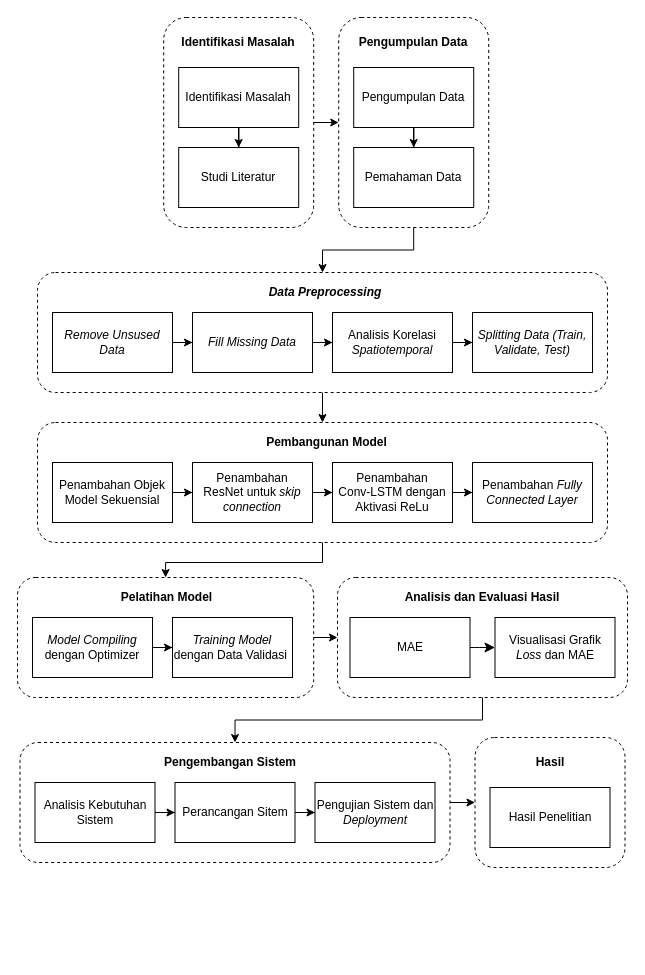
This is page "Page-1" (1 of 2) of tahapan penelitian.drawio from lullabymav/skrpsi, a draw.io file, before an edit. Source tidied: cells renumbered, new cells numbered last; positions are measured from the earlier drawing's top-left corner, leaving out a move shared by most shapes. Both pictures are drawn from the tidied source at 100%, with x=0, y=0 at pixel (17, 17).
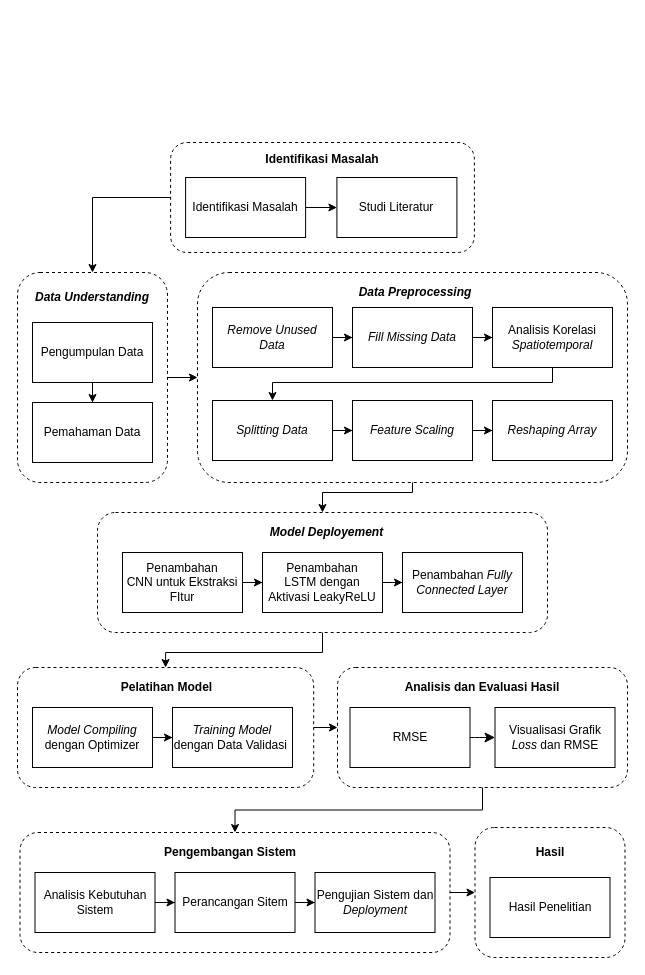
The same page after the edit.

What changed in the source:
```diff
@@
-    <mxCell id="2" style="edgeStyle=orthogonalEdgeStyle;rounded=0;jettySize=auto;html=1;entryX=0.5;entryY=0;entryDx=0;entryDy=0;" parent="1" edge="1" source="3" target="24">
-      <mxGeometry relative="1" as="geometry" />
+    <mxCell id="2" style="edgeStyle=orthogonalEdgeStyle;rounded=0;jettySize=auto;html=1;exitX=0.5;exitY=1;exitDx=0;exitDy=0;entryX=0.5;entryY=0;entryDx=0;entryDy=0;" parent="1" edge="1" source="3" target="24">
+      <mxGeometry relative="1" as="geometry">
+        <Array as="points">
+          <mxPoint x="395" y="475" />
+          <mxPoint x="305" y="475" />
+        </Array>
+      </mxGeometry>
     </mxCell>
     <mxCell id="3" style="rounded=1;whiteSpace=wrap;html=1;fillColor=none;dashed=1;" parent="1" vertex="1">
-      <mxGeometry x="20" y="255" width="570" height="120" as="geometry" />
+      <mxGeometry x="180" y="255" width="430" height="210" as="geometry" />
     </mxCell>
-    <mxCell id="4" style="edgeStyle=orthogonalEdgeStyle;rounded=0;jettySize=auto;html=1;entryX=0;entryY=0.5;entryDx=0;entryDy=0;" parent="1" edge="1" source="5" target="12">
+    <mxCell id="4" style="edgeStyle=orthogonalEdgeStyle;rounded=0;jettySize=auto;html=1;exitX=0;exitY=0.5;exitDx=0;exitDy=0;entryX=0.5;entryY=0;entryDx=0;entryDy=0;" parent="1" edge="1" source="5" target="12">
       <mxGeometry relative="1" as="geometry" />
     </mxCell>
     <mxCell id="5" style="rounded=1;whiteSpace=wrap;html=1;fillColor=none;dashed=1;" parent="1" vertex="1">
-      <mxGeometry x="146.2" width="150" height="210" as="geometry" />
+      <mxGeometry x="153.1" y="125" width="303.8" height="110" as="geometry" />
     </mxCell>
@@
     <mxCell id="7" value="Identifikasi Masalah" style="rounded=0;whiteSpace=wrap;html=1;" parent="1" vertex="1">
-      <mxGeometry x="161.2" y="50" width="120" height="60" as="geometry" />
+      <mxGeometry x="168.1" y="160" width="120" height="60" as="geometry" />
     </mxCell>
     <mxCell id="8" value="Studi Literatur" style="rounded=0;whiteSpace=wrap;html=1;" parent="1" vertex="1">
-      <mxGeometry x="161.2" y="130" width="120" height="60" as="geometry" />
+      <mxGeometry x="319.4" y="160" width="120" height="60" as="geometry" />
     </mxCell>
@@
     <mxCell id="10" value="Pengumpulan Data" style="rounded=0;whiteSpace=wrap;html=1;" parent="1" vertex="1">
-      <mxGeometry x="336.2" y="50" width="120" height="60" as="geometry" />
+      <mxGeometry x="15" y="305" width="120" height="60" as="geometry" />
     </mxCell>
-    <mxCell id="11" style="edgeStyle=orthogonalEdgeStyle;rounded=0;jettySize=auto;html=1;exitX=0.5;exitY=1;exitDx=0;exitDy=0;entryX=0.5;entryY=0;entryDx=0;entryDy=0;" parent="1" edge="1" source="12" target="3">
+    <mxCell id="11" style="edgeStyle=orthogonalEdgeStyle;rounded=0;jettySize=auto;html=1;exitX=1;exitY=0.5;exitDx=0;exitDy=0;entryX=0;entryY=0.5;entryDx=0;entryDy=0;" parent="1" edge="1" source="12" target="3">
       <mxGeometry relative="1" as="geometry" />
     </mxCell>
     <mxCell id="12" style="rounded=1;whiteSpace=wrap;html=1;fillColor=none;dashed=1;" parent="1" vertex="1">
-      <mxGeometry x="321.2" width="150" height="210" as="geometry" />
+      <mxGeometry y="255" width="150" height="210" as="geometry" />
     </mxCell>
     <mxCell id="13" value="Pemahaman Data" style="rounded=0;whiteSpace=wrap;html=1;" parent="1" vertex="1">
-      <mxGeometry x="336.2" y="130" width="120" height="60" as="geometry" />
+      <mxGeometry x="15" y="385" width="120" height="60" as="geometry" />
     </mxCell>
     <mxCell id="14" value="Identifikasi Masalah" style="text;html=1;align=center;verticalAlign=middle;whiteSpace=wrap;rounded=0;fontStyle=1;" parent="1" vertex="1">
-      <mxGeometry x="161.2" y="10" width="120" height="30" as="geometry" />
+      <mxGeometry x="245" y="127" width="120" height="30" as="geometry" />
     </mxCell>
-    <mxCell id="15" value="Pengumpulan Data" style="text;html=1;align=center;verticalAlign=middle;whiteSpace=wrap;rounded=0;fontStyle=1;" parent="1" vertex="1">
-      <mxGeometry x="336.2" y="10" width="120" height="30" as="geometry" />
+    <mxCell id="15" value="&lt;i&gt;Data Understanding&lt;/i&gt;" style="text;html=1;align=center;verticalAlign=middle;whiteSpace=wrap;rounded=0;fontStyle=1;" parent="1" vertex="1">
+      <mxGeometry x="15" y="265" width="120" height="30" as="geometry" />
     </mxCell>
@@
-    <mxCell id="17" value="Remove Unsused Data" style="rounded=0;whiteSpace=wrap;html=1;fontStyle=2;" parent="1" vertex="1">
-      <mxGeometry x="35" y="295" width="120" height="60" as="geometry" />
+    <mxCell id="17" value="Remove Unused Data" style="rounded=0;whiteSpace=wrap;html=1;fontStyle=2;" parent="1" vertex="1">
+      <mxGeometry x="195" y="290" width="120" height="60" as="geometry" />
     </mxCell>
@@
     <mxCell id="19" value="Fill Missing Data" style="rounded=0;whiteSpace=wrap;html=1;fontStyle=2;" parent="1" vertex="1">
-      <mxGeometry x="175" y="295" width="120" height="60" as="geometry" />
+      <mxGeometry x="335" y="290" width="120" height="60" as="geometry" />
     </mxCell>
     <mxCell id="20" style="edgeStyle=orthogonalEdgeStyle;rounded=0;jettySize=auto;html=1;" parent="1" edge="1" source="21" target="22">
-      <mxGeometry relative="1" as="geometry" />
+      <mxGeometry relative="1" as="geometry">
+        <Array as="points">
+          <mxPoint x="535" y="365" />
+          <mxPoint x="255" y="365" />
+        </Array>
+      </mxGeometry>
     </mxCell>
     <mxCell id="21" value="Analisis Korelasi &lt;i&gt;Spatiotemporal&lt;/i&gt;" style="rounded=0;whiteSpace=wrap;html=1;" parent="1" vertex="1">
-      <mxGeometry x="315" y="295" width="120" height="60" as="geometry" />
+      <mxGeometry x="475" y="290" width="120" height="60" as="geometry" />
     </mxCell>
+    <mxCell id="57" style="edgeStyle=orthogonalEdgeStyle;rounded=0;jettySize=auto;html=1;" parent="1" edge="1" source="22" target="59">
+      <mxGeometry relative="1" as="geometry" />
+    </mxCell>
-    <mxCell id="22" value="&lt;i&gt;Splitting Data (Train, Validate, Test)&lt;/i&gt;" style="rounded=0;whiteSpace=wrap;html=1;" parent="1" vertex="1">
-      <mxGeometry x="455" y="295" width="120" height="60" as="geometry" />
+    <mxCell id="22" value="&lt;i&gt;Splitting Data&lt;br&gt;&lt;/i&gt;" style="rounded=0;whiteSpace=wrap;html=1;" parent="1" vertex="1">
+      <mxGeometry x="195" y="383" width="120" height="60" as="geometry" />
     </mxCell>
     <mxCell id="23" value="&lt;span style=&quot;border-color: var(--border-color);&quot;&gt;&lt;i&gt;Data&amp;nbsp;&lt;/i&gt;&lt;/span&gt;&lt;i&gt;Preprocessing&lt;/i&gt;" style="text;html=1;align=center;verticalAlign=middle;whiteSpace=wrap;rounded=0;fontStyle=1;" parent="1" vertex="1">
-      <mxGeometry x="247.5" y="260" width="120" height="30" as="geometry" />
+      <mxGeometry x="337.5" y="260" width="120" height="30" as="geometry" />
     </mxCell>
     <mxCell id="24" style="rounded=1;whiteSpace=wrap;html=1;fillColor=none;dashed=1;" parent="1" vertex="1">
-      <mxGeometry x="20" y="405" width="570" height="120" as="geometry" />
+      <mxGeometry x="80" y="495" width="450" height="120" as="geometry" />
     </mxCell>
-    <mxCell id="25" style="edgeStyle=orthogonalEdgeStyle;rounded=0;jettySize=auto;html=1;" parent="1" edge="1" source="26" target="28">
-      <mxGeometry relative="1" as="geometry" />
-    </mxCell>
-    <mxCell id="26" value="Penambahan Objek Model Sekuensial" style="rounded=0;whiteSpace=wrap;html=1;fontStyle=0;" parent="1" vertex="1">
-      <mxGeometry x="35" y="445" width="120" height="60" as="geometry" />
-    </mxCell>
@@
-    <mxCell id="28" value="Penambahan &lt;br&gt;ResNet untuk &lt;i&gt;skip connection&lt;/i&gt;" style="rounded=0;whiteSpace=wrap;html=1;fontStyle=0;" parent="1" vertex="1">
-      <mxGeometry x="175" y="445" width="120" height="60" as="geometry" />
+    <mxCell id="28" value="Penambahan &lt;br&gt;CNN untuk Ekstraksi FItur" style="rounded=0;whiteSpace=wrap;html=1;fontStyle=0;" parent="1" vertex="1">
+      <mxGeometry x="105" y="535" width="120" height="60" as="geometry" />
     </mxCell>
@@
-    <mxCell id="30" value="Penambahan &lt;br&gt;Conv-LSTM dengan Aktivasi ReLu" style="rounded=0;whiteSpace=wrap;html=1;fontStyle=0;" parent="1" vertex="1">
-      <mxGeometry x="315" y="445" width="120" height="60" as="geometry" />
+    <mxCell id="30" value="Penambahan &lt;br&gt;LSTM dengan Aktivasi LeakyReLU" style="rounded=0;whiteSpace=wrap;html=1;fontStyle=0;" parent="1" vertex="1">
+      <mxGeometry x="245" y="535" width="120" height="60" as="geometry" />
     </mxCell>
     <mxCell id="31" value="Penambahan &lt;i&gt;Fully Connected Layer&lt;/i&gt;" style="rounded=0;whiteSpace=wrap;html=1;fontStyle=0;" parent="1" vertex="1">
-      <mxGeometry x="455" y="445" width="120" height="60" as="geometry" />
+      <mxGeometry x="385" y="535" width="120" height="60" as="geometry" />
     </mxCell>
-    <mxCell id="32" value="Pembangunan Model" style="text;html=1;align=center;verticalAlign=middle;whiteSpace=wrap;rounded=0;fontStyle=1;" parent="1" vertex="1">
-      <mxGeometry x="247.5" y="410" width="122.5" height="30" as="geometry" />
+    <mxCell id="32" value="&lt;i&gt;Model Deployement&lt;/i&gt;" style="text;html=1;align=center;verticalAlign=middle;whiteSpace=wrap;rounded=0;fontStyle=1;" parent="1" vertex="1">
+      <mxGeometry x="247.5" y="500" width="122.5" height="30" as="geometry" />
     </mxCell>
@@
     <mxCell id="34" style="rounded=1;whiteSpace=wrap;html=1;fillColor=none;dashed=1;" parent="1" vertex="1">
-      <mxGeometry x="320" y="560" width="290" height="120" as="geometry" />
+      <mxGeometry x="320" y="650" width="290" height="120" as="geometry" />
     </mxCell>
@@
-    <mxCell id="36" value="MAE" style="rounded=0;whiteSpace=wrap;html=1;" parent="1" vertex="1">
-      <mxGeometry x="332.5" y="600" width="120" height="60" as="geometry" />
+    <mxCell id="36" value="RMSE" style="rounded=0;whiteSpace=wrap;html=1;" parent="1" vertex="1">
+      <mxGeometry x="332.5" y="690" width="120" height="60" as="geometry" />
     </mxCell>
     <mxCell id="37" value="Analisis dan Evaluasi Hasil" style="text;html=1;align=center;verticalAlign=middle;whiteSpace=wrap;rounded=0;fontStyle=1;" parent="1" vertex="1">
-      <mxGeometry x="386.2" y="565" width="157.5" height="30" as="geometry" />
+      <mxGeometry x="386.2" y="655" width="157.5" height="30" as="geometry" />
     </mxCell>
@@
     <mxCell id="39" style="rounded=1;whiteSpace=wrap;html=1;fillColor=none;dashed=1;" parent="1" vertex="1">
-      <mxGeometry x="2.5" y="725" width="430" height="120" as="geometry" />
+      <mxGeometry x="2.5" y="815" width="430" height="120" as="geometry" />
     </mxCell>
@@
     <mxCell id="41" value="Analisis Kebutuhan Sistem" style="rounded=0;whiteSpace=wrap;html=1;fontStyle=0;" parent="1" vertex="1">
-      <mxGeometry x="17.5" y="765" width="120" height="60" as="geometry" />
+      <mxGeometry x="17.5" y="855" width="120" height="60" as="geometry" />
     </mxCell>
@@
     <mxCell id="43" value="Perancangan Sitem" style="rounded=0;whiteSpace=wrap;html=1;fontStyle=0;" parent="1" vertex="1">
-      <mxGeometry x="157.5" y="765" width="120" height="60" as="geometry" />
+      <mxGeometry x="157.5" y="855" width="120" height="60" as="geometry" />
     </mxCell>
     <mxCell id="44" value="Pengujian Sistem dan &lt;i&gt;Deployment&lt;/i&gt;" style="rounded=0;whiteSpace=wrap;html=1;fontStyle=0;" parent="1" vertex="1">
-      <mxGeometry x="297.5" y="765" width="120" height="60" as="geometry" />
+      <mxGeometry x="297.5" y="855" width="120" height="60" as="geometry" />
     </mxCell>
     <mxCell id="45" value="Pengembangan Sistem" style="text;html=1;align=center;verticalAlign=middle;whiteSpace=wrap;rounded=0;fontStyle=1;" parent="1" vertex="1">
-      <mxGeometry x="142.5" y="730" width="140" height="30" as="geometry" />
+      <mxGeometry x="142.5" y="820" width="140" height="30" as="geometry" />
     </mxCell>
     <mxCell id="46" style="rounded=1;whiteSpace=wrap;html=1;fillColor=none;dashed=1;" parent="1" vertex="1">
-      <mxGeometry x="457.5" y="720" width="150" height="130" as="geometry" />
+      <mxGeometry x="457.5" y="810" width="150" height="130" as="geometry" />
     </mxCell>
     <mxCell id="47" value="Hasil Penelitian" style="rounded=0;whiteSpace=wrap;html=1;" parent="1" vertex="1">
-      <mxGeometry x="472.5" y="770" width="120" height="60" as="geometry" />
+      <mxGeometry x="472.5" y="860" width="120" height="60" as="geometry" />
     </mxCell>
     <mxCell id="48" value="Hasil" style="text;html=1;align=center;verticalAlign=middle;whiteSpace=wrap;rounded=0;fontStyle=1;" parent="1" vertex="1">
-      <mxGeometry x="472.5" y="730" width="120" height="30" as="geometry" />
+      <mxGeometry x="472.5" y="820" width="120" height="30" as="geometry" />
     </mxCell>
@@
     <mxCell id="50" style="rounded=1;whiteSpace=wrap;html=1;fillColor=none;dashed=1;" parent="1" vertex="1">
-      <mxGeometry y="560" width="296.2" height="120" as="geometry" />
+      <mxGeometry y="650" width="296.2" height="120" as="geometry" />
     </mxCell>
@@
     <mxCell id="52" value="&lt;i&gt;Model Compiling &lt;/i&gt;dengan Optimizer" style="rounded=0;whiteSpace=wrap;html=1;fontStyle=0;" parent="1" vertex="1">
-      <mxGeometry x="15" y="600" width="120" height="60" as="geometry" />
+      <mxGeometry x="15" y="690" width="120" height="60" as="geometry" />
     </mxCell>
     <mxCell id="53" value="&lt;i&gt;Training Model &lt;/i&gt;dengan Data Validasi&amp;nbsp;" style="rounded=0;whiteSpace=wrap;html=1;fontStyle=0;" parent="1" vertex="1">
-      <mxGeometry x="155" y="600" width="120" height="60" as="geometry" />
+      <mxGeometry x="155" y="690" width="120" height="60" as="geometry" />
     </mxCell>
     <mxCell id="54" value="Pelatihan Model" style="text;html=1;align=center;verticalAlign=middle;whiteSpace=wrap;rounded=0;fontStyle=1;" parent="1" vertex="1">
-      <mxGeometry x="87.5" y="565" width="122.5" height="30" as="geometry" />
+      <mxGeometry x="87.5" y="655" width="122.5" height="30" as="geometry" />
     </mxCell>
@@
-    <mxCell id="56" value="Visualisasi Grafik &lt;i&gt;Loss&lt;/i&gt; dan MAE" style="rounded=0;whiteSpace=wrap;html=1;" parent="1" vertex="1">
-      <mxGeometry x="477.5" y="600" width="120" height="60" as="geometry" />
+    <mxCell id="56" value="Visualisasi Grafik &lt;i&gt;Loss&lt;/i&gt; dan RMSE" style="rounded=0;whiteSpace=wrap;html=1;" parent="1" vertex="1">
+      <mxGeometry x="477.5" y="690" width="120" height="60" as="geometry" />
     </mxCell>
+    <mxCell id="58" style="edgeStyle=orthogonalEdgeStyle;rounded=0;jettySize=auto;html=1;" parent="1" edge="1" source="59" target="60">
+      <mxGeometry relative="1" as="geometry" />
+    </mxCell>
+    <mxCell id="59" value="&lt;i&gt;Feature Scaling&lt;/i&gt;" style="rounded=0;whiteSpace=wrap;html=1;" parent="1" vertex="1">
+      <mxGeometry x="335" y="383" width="120" height="60" as="geometry" />
+    </mxCell>
+    <mxCell id="60" value="&lt;i&gt;Reshaping Array&lt;/i&gt;" style="rounded=0;whiteSpace=wrap;html=1;" parent="1" vertex="1">
+      <mxGeometry x="475" y="383" width="120" height="60" as="geometry" />
+    </mxCell>
```
